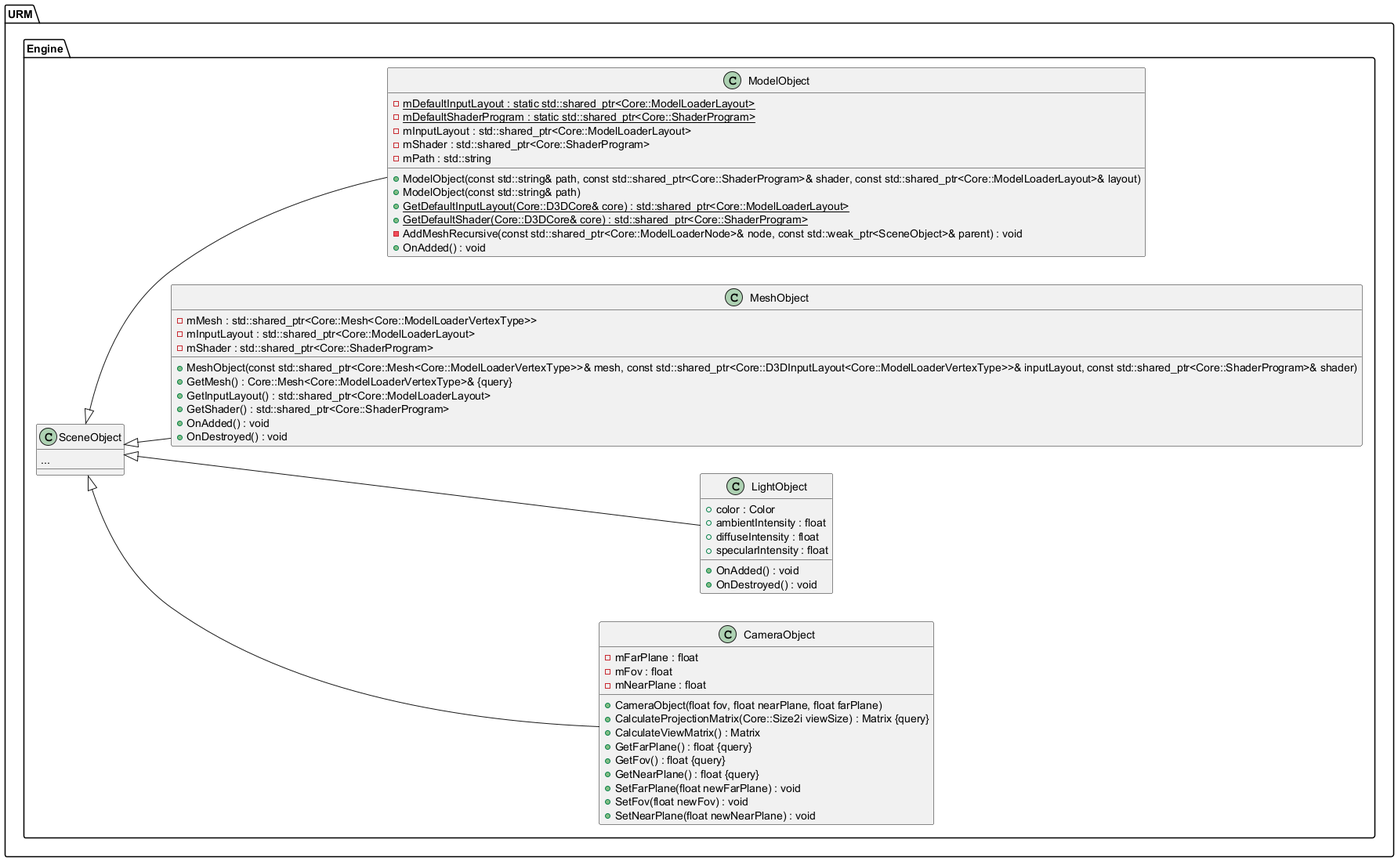
Earlier version of the PlantUML export Latex/images/UML/sceneobjects.png (MinikPLayer/MasterThesis_UniversalRenderingModule_D3D11). The source it was exported from:
```plantuml
@startuml
left to right direction






namespace URM {
	namespace Engine {
		class CameraObject {
			+CameraObject(float fov, float nearPlane, float farPlane)
			+CalculateProjectionMatrix(Core::Size2i viewSize) : Matrix {query}
			+CalculateViewMatrix() : Matrix
			+GetFarPlane() : float {query}
			+GetFov() : float {query}
			+GetNearPlane() : float {query}
			-mFarPlane : float
			-mFov : float
			-mNearPlane : float
			+SetFarPlane(float newFarPlane) : void
			+SetFov(float newFov) : void
			+SetNearPlane(float newNearPlane) : void
		}

		class LightObject {
			+color : Color
			+ambientIntensity : float
			+diffuseIntensity : float
			+specularIntensity : float
			+OnAdded() : void
			+OnDestroyed() : void
		}

		class MeshObject {
			+MeshObject(const std::shared_ptr<Core::Mesh<Core::ModelLoaderVertexType>>& mesh, const std::shared_ptr<Core::D3DInputLayout<Core::ModelLoaderVertexType>>& inputLayout, const std::shared_ptr<Core::ShaderProgram>& shader)
			+GetMesh() : Core::Mesh<Core::ModelLoaderVertexType>& {query}
			-mMesh : std::shared_ptr<Core::Mesh<Core::ModelLoaderVertexType>>
			+GetInputLayout() : std::shared_ptr<Core::ModelLoaderLayout>
			-mInputLayout : std::shared_ptr<Core::ModelLoaderLayout>
			+GetShader() : std::shared_ptr<Core::ShaderProgram>
			-mShader : std::shared_ptr<Core::ShaderProgram>
			+OnAdded() : void
			+OnDestroyed() : void
		}

		class ModelObject {
			+ModelObject(const std::string& path, const std::shared_ptr<Core::ShaderProgram>& shader, const std::shared_ptr<Core::ModelLoaderLayout>& layout)
			+ModelObject(const std::string& path)
			-{static} mDefaultInputLayout : static std::shared_ptr<Core::ModelLoaderLayout>
			-{static} mDefaultShaderProgram : static std::shared_ptr<Core::ShaderProgram>
			+{static} GetDefaultInputLayout(Core::D3DCore& core) : std::shared_ptr<Core::ModelLoaderLayout>
			-mInputLayout : std::shared_ptr<Core::ModelLoaderLayout>
			+{static} GetDefaultShader(Core::D3DCore& core) : std::shared_ptr<Core::ShaderProgram>
			-mShader : std::shared_ptr<Core::ShaderProgram>
			-mPath : std::string
			-AddMeshRecursive(const std::shared_ptr<Core::ModelLoaderNode>& node, const std::weak_ptr<SceneObject>& parent) : void
			+OnAdded() : void
		}

		class SceneObject {
		...
		}
	}
}






URM.Engine.SceneObject <|-- URM.Engine.CameraObject


URM.Engine.SceneObject <|-- URM.Engine.LightObject


URM.Engine.SceneObject <|-- URM.Engine.MeshObject


URM.Engine.SceneObject <|-- URM.Engine.ModelObject















@enduml
```
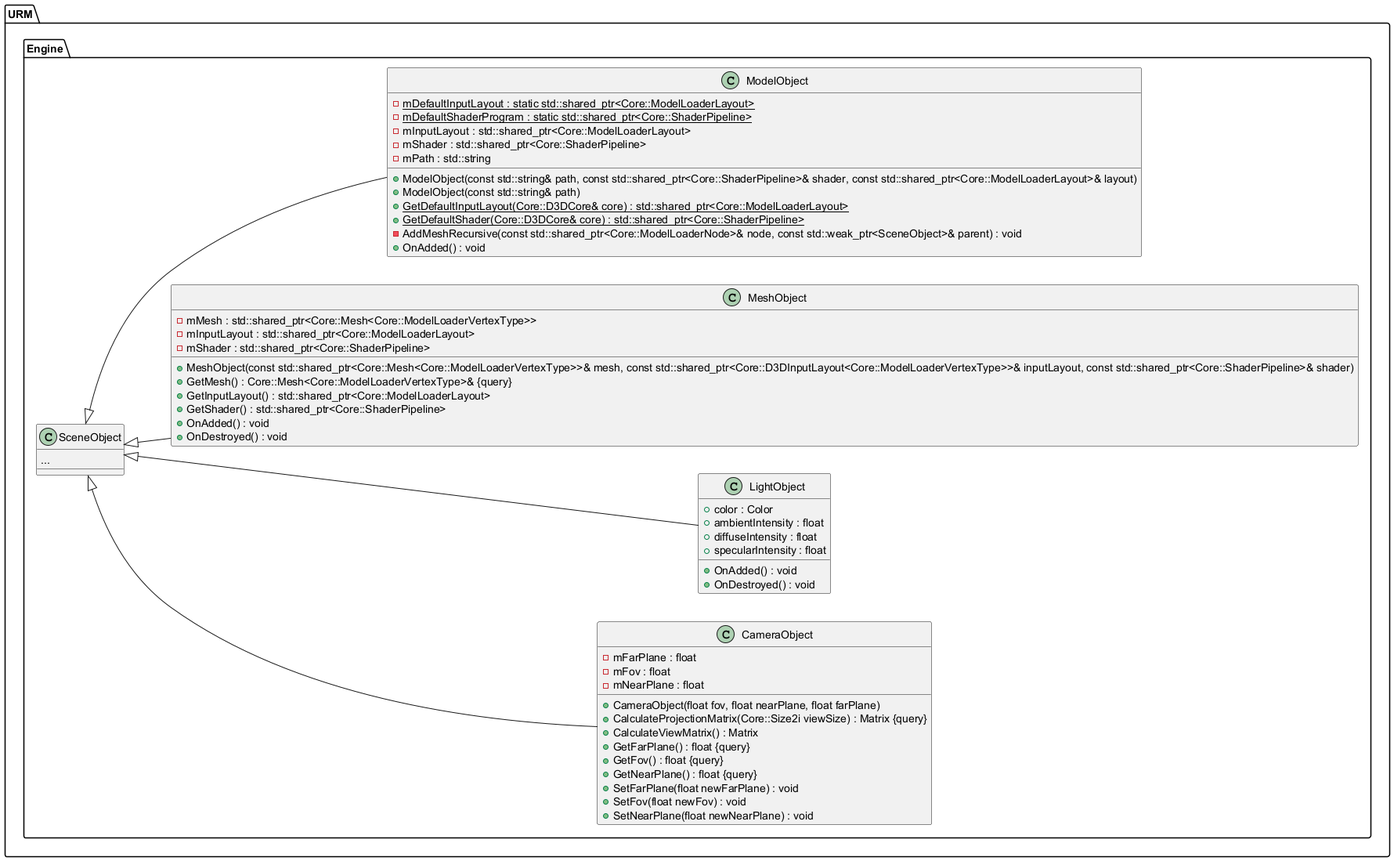
After the change.

Diff of the diagram source:
```diff
@@ -33,26 +33,26 @@
 		}
 
 		class MeshObject {
-			+MeshObject(const std::shared_ptr<Core::Mesh<Core::ModelLoaderVertexType>>& mesh, const std::shared_ptr<Core::D3DInputLayout<Core::ModelLoaderVertexType>>& inputLayout, const std::shared_ptr<Core::ShaderProgram>& shader)
+			+MeshObject(const std::shared_ptr<Core::Mesh<Core::ModelLoaderVertexType>>& mesh, const std::shared_ptr<Core::D3DInputLayout<Core::ModelLoaderVertexType>>& inputLayout, const std::shared_ptr<Core::ShaderPipeline>& shader)
 			+GetMesh() : Core::Mesh<Core::ModelLoaderVertexType>& {query}
 			-mMesh : std::shared_ptr<Core::Mesh<Core::ModelLoaderVertexType>>
 			+GetInputLayout() : std::shared_ptr<Core::ModelLoaderLayout>
 			-mInputLayout : std::shared_ptr<Core::ModelLoaderLayout>
-			+GetShader() : std::shared_ptr<Core::ShaderProgram>
-			-mShader : std::shared_ptr<Core::ShaderProgram>
+			+GetShader() : std::shared_ptr<Core::ShaderPipeline>
+			-mShader : std::shared_ptr<Core::ShaderPipeline>
 			+OnAdded() : void
 			+OnDestroyed() : void
 		}
 
 		class ModelObject {
-			+ModelObject(const std::string& path, const std::shared_ptr<Core::ShaderProgram>& shader, const std::shared_ptr<Core::ModelLoaderLayout>& layout)
+			+ModelObject(const std::string& path, const std::shared_ptr<Core::ShaderPipeline>& shader, const std::shared_ptr<Core::ModelLoaderLayout>& layout)
 			+ModelObject(const std::string& path)
 			-{static} mDefaultInputLayout : static std::shared_ptr<Core::ModelLoaderLayout>
-			-{static} mDefaultShaderProgram : static std::shared_ptr<Core::ShaderProgram>
+			-{static} mDefaultShaderProgram : static std::shared_ptr<Core::ShaderPipeline>
 			+{static} GetDefaultInputLayout(Core::D3DCore& core) : std::shared_ptr<Core::ModelLoaderLayout>
 			-mInputLayout : std::shared_ptr<Core::ModelLoaderLayout>
-			+{static} GetDefaultShader(Core::D3DCore& core) : std::shared_ptr<Core::ShaderProgram>
-			-mShader : std::shared_ptr<Core::ShaderProgram>
+			+{static} GetDefaultShader(Core::D3DCore& core) : std::shared_ptr<Core::ShaderPipeline>
+			-mShader : std::shared_ptr<Core::ShaderPipeline>
 			-mPath : std::string
 			-AddMeshRecursive(const std::shared_ptr<Core::ModelLoaderNode>& node, const std::weak_ptr<SceneObject>& parent) : void
 			+OnAdded() : void
```
